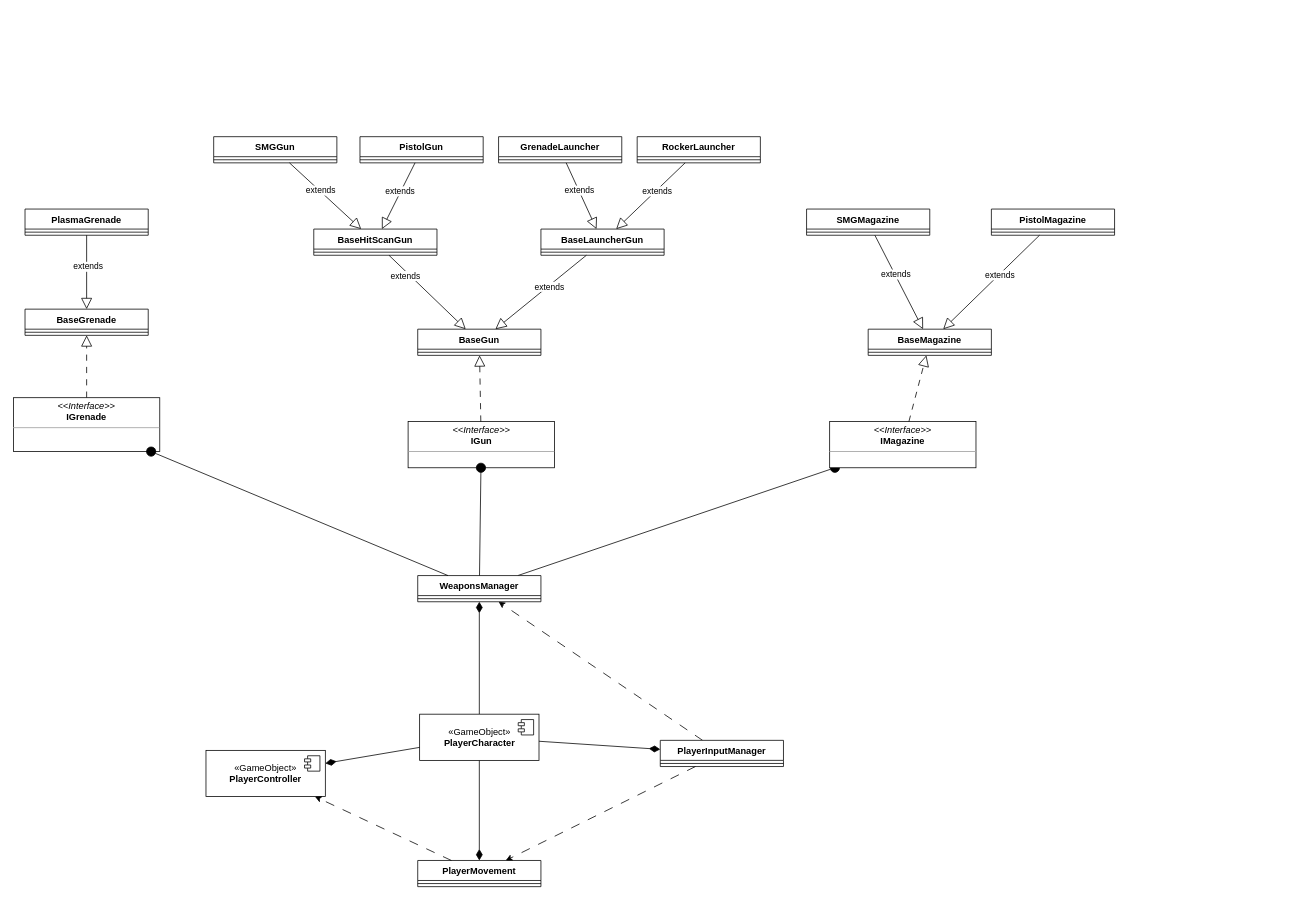
Before: Weapons-ClassDiagram.drawio in dana-jadzia/SGD213_Task-2-Wiki, a draw.io diagram. Source tidied: cells renumbered, new cells numbered last; positions are measured from the earlier drawing's top-left corner, leaving out a move shared by most shapes. Both pictures are drawn from the tidied source at 77%, with x=0, y=0 at pixel (13, 136).
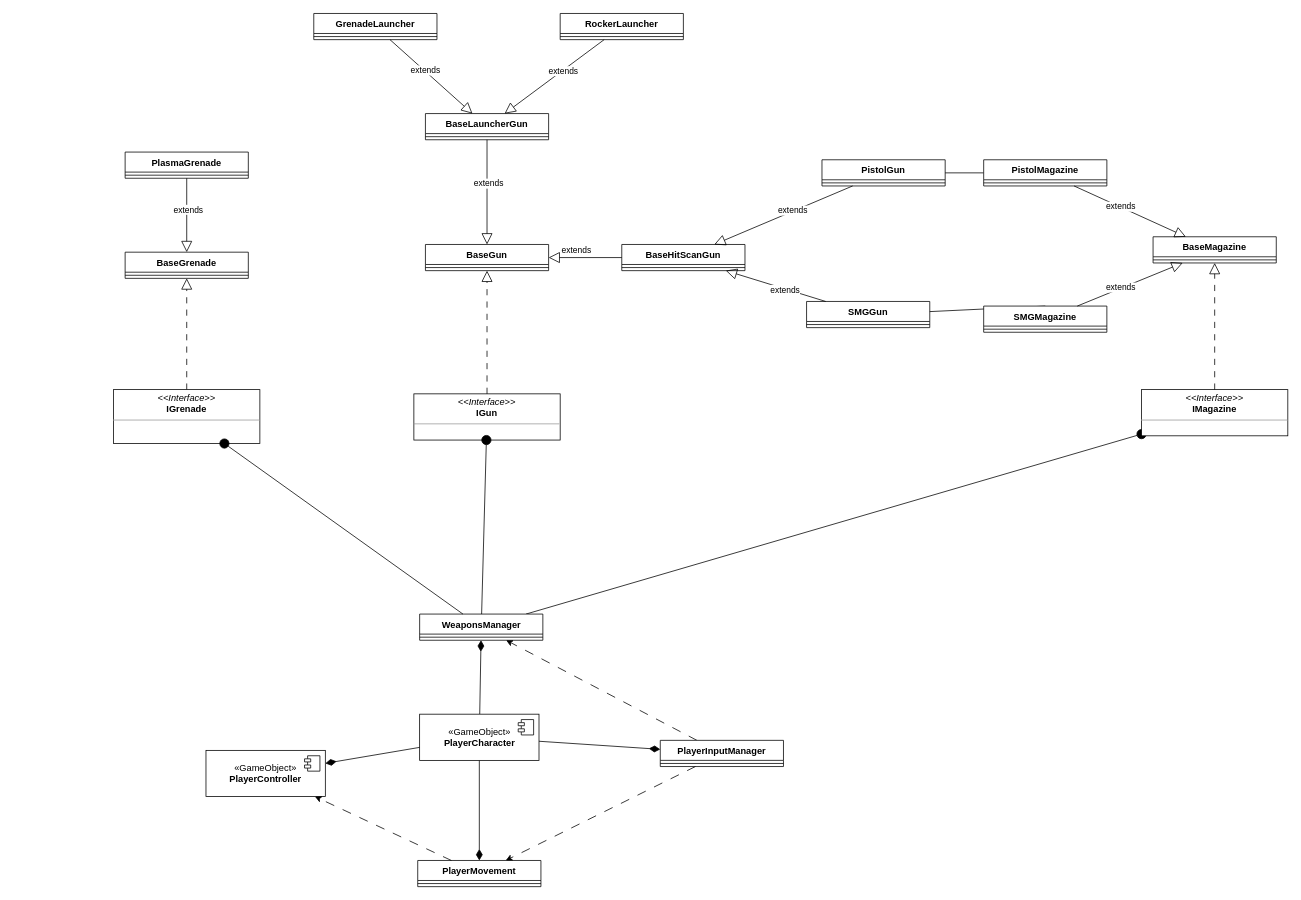
The same page after the edit.

What changed in the source:
```diff
@@
     <mxCell id="4" value="WeaponsManager" style="swimlane;fontStyle=1;align=center;verticalAlign=top;horizontal=1;startSize=26;whiteSpace=wrap;html=1;" parent="1" vertex="1">
-      <mxGeometry x="525" y="570" width="160" height="34" as="geometry" />
+      <mxGeometry x="527.5" y="620" width="160" height="34" as="geometry" />
     </mxCell>
@@
     <mxCell id="6" value="SMGGun" style="swimlane;fontStyle=1;align=center;verticalAlign=top;horizontal=1;startSize=26;whiteSpace=wrap;html=1;" parent="1" vertex="1">
-      <mxGeometry x="260" width="160" height="34" as="geometry" />
+      <mxGeometry x="1030" y="214" width="160" height="34" as="geometry" />
     </mxCell>
@@
     <mxCell id="8" value="PistolGun" style="swimlane;fontStyle=1;align=center;verticalAlign=top;horizontal=1;startSize=26;whiteSpace=wrap;html=1;" parent="1" vertex="1">
-      <mxGeometry x="450" width="160" height="34" as="geometry" />
+      <mxGeometry x="1050" y="30" width="160" height="34" as="geometry" />
     </mxCell>
@@
     <mxCell id="10" value="&lt;p style=&quot;margin:0px;margin-top:4px;text-align:center;&quot;&gt;&lt;i&gt;&amp;lt;&amp;lt;Interface&amp;gt;&amp;gt;&lt;/i&gt;&lt;br&gt;&lt;b&gt;IGun&lt;/b&gt;&lt;/p&gt;&lt;hr size=&quot;1&quot;&gt;" style="verticalAlign=top;align=left;overflow=fill;fontSize=12;fontFamily=Helvetica;html=1;rounded=0;shadow=0;comic=0;labelBackgroundColor=none;strokeWidth=1;" parent="1" vertex="1">
-      <mxGeometry x="512.5" y="370" width="190" height="60" as="geometry" />
+      <mxGeometry x="520" y="334" width="190" height="60" as="geometry" />
     </mxCell>
     <mxCell id="11" value="PlasmaGrenade" style="swimlane;fontStyle=1;align=center;verticalAlign=top;horizontal=1;startSize=26;whiteSpace=wrap;html=1;" parent="1" vertex="1">
-      <mxGeometry x="15" y="94" width="160" height="34" as="geometry" />
+      <mxGeometry x="145" y="20" width="160" height="34" as="geometry" />
     </mxCell>
@@
     <mxCell id="14" value="&lt;p style=&quot;margin:0px;margin-top:4px;text-align:center;&quot;&gt;&lt;i&gt;&amp;lt;&amp;lt;Interface&amp;gt;&amp;gt;&lt;/i&gt;&lt;br&gt;&lt;b&gt;IGrenade&lt;/b&gt;&lt;/p&gt;&lt;hr size=&quot;1&quot;&gt;&lt;p style=&quot;margin:0px;margin-left:4px;&quot;&gt;&lt;br&gt;&lt;/p&gt;" style="verticalAlign=top;align=left;overflow=fill;fontSize=12;fontFamily=Helvetica;html=1;rounded=0;shadow=0;comic=0;labelBackgroundColor=none;strokeWidth=1;" parent="1" vertex="1">
-      <mxGeometry y="339" width="190" height="70" as="geometry" />
+      <mxGeometry x="130" y="328.5" width="190" height="70" as="geometry" />
     </mxCell>
@@
     <mxCell id="26" value="&lt;div&gt;BaseHitScanGun&lt;/div&gt;" style="swimlane;fontStyle=1;align=center;verticalAlign=top;horizontal=1;startSize=26;whiteSpace=wrap;html=1;" parent="1" vertex="1">
-      <mxGeometry x="390" y="120" width="160" height="34" as="geometry" />
+      <mxGeometry x="790" y="140" width="160" height="34" as="geometry" />
     </mxCell>
@@
     <mxCell id="30" value="BaseGun" style="swimlane;fontStyle=1;align=center;verticalAlign=top;horizontal=1;startSize=26;whiteSpace=wrap;html=1;" parent="1" vertex="1">
-      <mxGeometry x="525" y="250" width="160" height="34" as="geometry" />
+      <mxGeometry x="535" y="140" width="160" height="34" as="geometry" />
     </mxCell>
@@
     <mxCell id="34" value="BaseLauncherGun" style="swimlane;fontStyle=1;align=center;verticalAlign=top;horizontal=1;startSize=26;whiteSpace=wrap;html=1;" parent="1" vertex="1">
-      <mxGeometry x="685" y="120" width="160" height="34" as="geometry" />
+      <mxGeometry x="535" y="-30" width="160" height="34" as="geometry" />
     </mxCell>
@@
     <mxCell id="38" value="GrenadeLauncher" style="swimlane;fontStyle=1;align=center;verticalAlign=top;horizontal=1;startSize=26;whiteSpace=wrap;html=1;" parent="1" vertex="1">
-      <mxGeometry x="630" width="160" height="34" as="geometry" />
+      <mxGeometry x="390" y="-160" width="160" height="34" as="geometry" />
     </mxCell>
@@
     <mxCell id="40" value="RockerLauncher" style="swimlane;fontStyle=1;align=center;verticalAlign=top;horizontal=1;startSize=26;whiteSpace=wrap;html=1;" parent="1" vertex="1">
-      <mxGeometry x="810" width="160" height="34" as="geometry" />
+      <mxGeometry x="710" y="-160" width="160" height="34" as="geometry" />
     </mxCell>
@@
     <mxCell id="47" value="BaseGrenade" style="swimlane;fontStyle=1;align=center;verticalAlign=top;horizontal=1;startSize=26;whiteSpace=wrap;html=1;" parent="1" vertex="1">
-      <mxGeometry x="15" y="224" width="160" height="34" as="geometry" />
+      <mxGeometry x="145" y="150" width="160" height="34" as="geometry" />
     </mxCell>
@@
+    <mxCell id="70" style="rounded=0;jettySize=auto;html=1;endArrow=none;startFill=0;" parent="1" edge="1" source="51" target="8">
+      <mxGeometry relative="1" as="geometry" />
+    </mxCell>
     <mxCell id="51" value="PistolMagazine" style="swimlane;fontStyle=1;align=center;verticalAlign=top;horizontal=1;startSize=26;whiteSpace=wrap;html=1;" parent="1" vertex="1">
-      <mxGeometry x="1270" y="94" width="160" height="34" as="geometry" />
+      <mxGeometry x="1260" y="30" width="160" height="34" as="geometry" />
     </mxCell>
@@
+    <mxCell id="71" style="rounded=0;jettySize=auto;html=1;exitX=0.5;exitY=0;exitDx=0;exitDy=0;endArrow=none;startFill=0;" parent="1" edge="1" source="53" target="6">
+      <mxGeometry relative="1" as="geometry" />
+    </mxCell>
     <mxCell id="53" value="SMGMagazine" style="swimlane;fontStyle=1;align=center;verticalAlign=top;horizontal=1;startSize=26;whiteSpace=wrap;html=1;" parent="1" vertex="1">
-      <mxGeometry x="1030" y="94" width="160" height="34" as="geometry" />
+      <mxGeometry x="1260" y="220" width="160" height="34" as="geometry" />
     </mxCell>
@@
     <mxCell id="55" value="&lt;p style=&quot;margin:0px;margin-top:4px;text-align:center;&quot;&gt;&lt;i&gt;&amp;lt;&amp;lt;Interface&amp;gt;&amp;gt;&lt;/i&gt;&lt;br&gt;&lt;b&gt;IMagazine&lt;/b&gt;&lt;/p&gt;&lt;hr size=&quot;1&quot;&gt;" style="verticalAlign=top;align=left;overflow=fill;fontSize=12;fontFamily=Helvetica;html=1;rounded=0;shadow=0;comic=0;labelBackgroundColor=none;strokeWidth=1;" parent="1" vertex="1">
-      <mxGeometry x="1060" y="370" width="190" height="60" as="geometry" />
+      <mxGeometry x="1465" y="328.5" width="190" height="60" as="geometry" />
     </mxCell>
@@
     <mxCell id="57" value="BaseMagazine" style="swimlane;fontStyle=1;align=center;verticalAlign=top;horizontal=1;startSize=26;whiteSpace=wrap;html=1;" parent="1" vertex="1">
-      <mxGeometry x="1110" y="250" width="160" height="34" as="geometry" />
+      <mxGeometry x="1480" y="130" width="160" height="34" as="geometry" />
     </mxCell>
```
